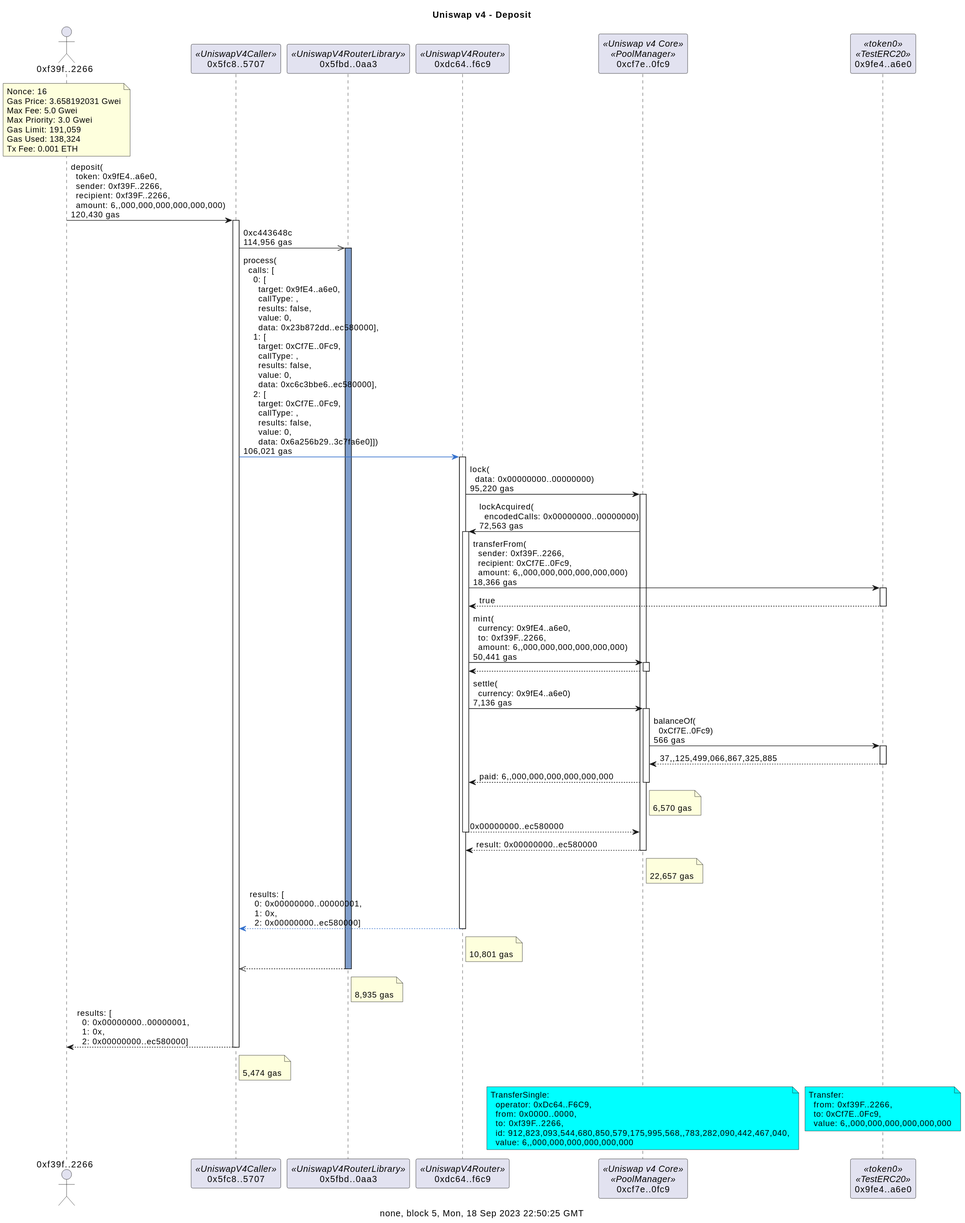
Earlier version of the PlantUML export docs/depositDetailed.svg (naddison36/uniswap-v4-hooks).
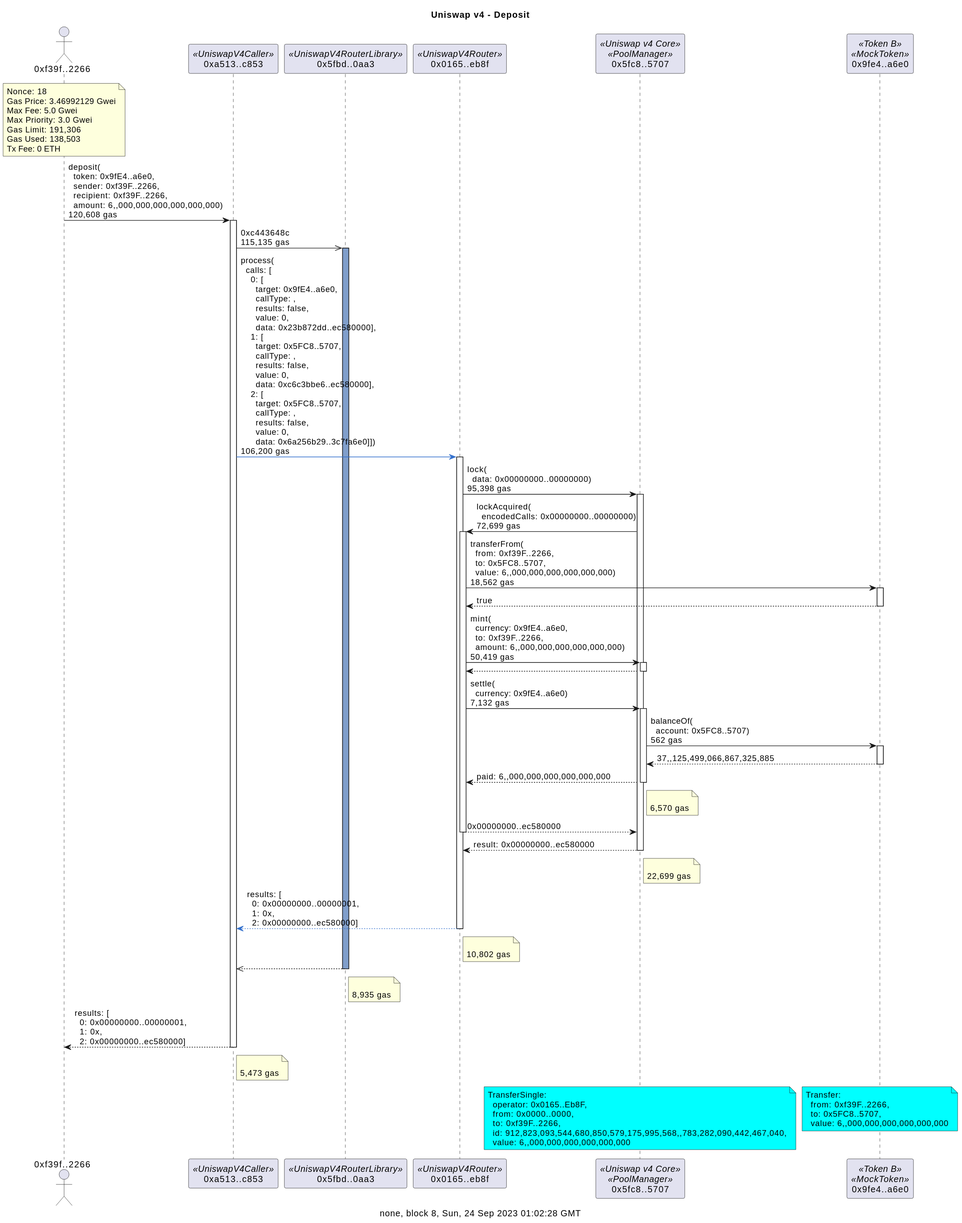
The same diagram one commit later.

Diff of the diagram source:
```diff
@@ -1,60 +1,60 @@
 @startuml
 title Uniswap v4 - Deposit
 
-caption none, block 5, Mon, 18 Sep 2023 22:50:25 GMT
+caption none, block 8, Sun, 24 Sep 2023 01:02:28 GMT
 actor "0xf39f..2266" as f39f2266
-participant "0x5fc8..5707" as 5fc85707 <<UniswapV4Caller>>
+participant "0xa513..c853" as a513c853 <<UniswapV4Caller>>
 participant "0x5fbd..0aa3" as 5fbd0aa3 <<UniswapV4RouterLibrary>>
-participant "0xdc64..f6c9" as dc64f6c9 <<UniswapV4Router>>
-participant "0xcf7e..0fc9" as cf7e0fc9 <<Uniswap v4 Core>><<PoolManager>>
-participant "0x9fe4..a6e0" as 9fe4a6e0 <<token0>><<TestERC20>>
+participant "0x0165..eb8f" as 0165eb8f <<UniswapV4Router>>
+participant "0x5fc8..5707" as 5fc85707 <<Uniswap v4 Core>><<PoolManager>>
+participant "0x9fe4..a6e0" as 9fe4a6e0 <<Token B>><<MockToken>>
 
 note over f39f2266
-Nonce: 16
-Gas Price: 3.658192031 Gwei
+Nonce: 18
+Gas Price: 3.46992129 Gwei
 Max Fee: 5.0 Gwei
 Max Priority: 3.0 Gwei
-Gas Limit: 191,059
-Gas Used: 138,324
-Tx Fee: 0.001 ETH
+Gas Limit: 191,306
+Gas Used: 138,503
+Tx Fee: 0 ETH
 end note
 
-f39f2266 -> 5fc85707: deposit(\n  token: 0x9fE4..a6e0,\n  sender: 0xf39F..2266,\n  recipient: 0xf39F..2266,\n  amount: 6,,000,000,000,000,000,000)\n120,430 gas
+f39f2266 -> a513c853: deposit(\n  token: 0x9fE4..a6e0,\n  sender: 0xf39F..2266,\n  recipient: 0xf39F..2266,\n  amount: 6,,000,000,000,000,000,000)\n120,608 gas
+activate a513c853
+a513c853 ->> 5fbd0aa3: 0xc443648c\n115,135 gas
+activate 5fbd0aa3 #809ECB
+a513c853 -[#3471CD]> 0165eb8f: process(\n  calls: [\n    0: [\n      target: 0x9fE4..a6e0,\n      callType: ,\n      results: false,\n      value: 0,\n      data: 0x23b872dd..ec580000],\n    1: [\n      target: 0x5FC8..5707,\n      callType: ,\n      results: false,\n      value: 0,\n      data: 0xc6c3bbe6..ec580000],\n    2: [\n      target: 0x5FC8..5707,\n      callType: ,\n      results: false,\n      value: 0,\n      data: 0x6a256b29..3c7fa6e0]])\n106,200 gas
+activate 0165eb8f
+0165eb8f -> 5fc85707: lock(\n  data: 0x00000000..00000000)\n95,398 gas
 activate 5fc85707
-5fc85707 ->> 5fbd0aa3: 0xc443648c\n114,956 gas
-activate 5fbd0aa3 #809ECB
-5fc85707 -[#3471CD]> dc64f6c9: process(\n  calls: [\n    0: [\n      target: 0x9fE4..a6e0,\n      callType: ,\n      results: false,\n      value: 0,\n      data: 0x23b872dd..ec580000],\n    1: [\n      target: 0xCf7E..0Fc9,\n      callType: ,\n      results: false,\n      value: 0,\n      data: 0xc6c3bbe6..ec580000],\n    2: [\n      target: 0xCf7E..0Fc9,\n      callType: ,\n      results: false,\n      value: 0,\n      data: 0x6a256b29..3c7fa6e0]])\n106,021 gas
-activate dc64f6c9
-dc64f6c9 -> cf7e0fc9: lock(\n  data: 0x00000000..00000000)\n95,220 gas
-activate cf7e0fc9
-cf7e0fc9 -> dc64f6c9: lockAcquired(\n  encodedCalls: 0x00000000..00000000)\n72,563 gas
-activate dc64f6c9
-dc64f6c9 -> 9fe4a6e0: transferFrom(\n  sender: 0xf39F..2266,\n  recipient: 0xCf7E..0Fc9,\n  amount: 6,,000,000,000,000,000,000)\n18,366 gas
+5fc85707 -> 0165eb8f: lockAcquired(\n  encodedCalls: 0x00000000..00000000)\n72,699 gas
+activate 0165eb8f
+0165eb8f -> 9fe4a6e0: transferFrom(\n  from: 0xf39F..2266,\n  to: 0x5FC8..5707,\n  value: 6,,000,000,000,000,000,000)\n18,562 gas
 activate 9fe4a6e0
 return true
-dc64f6c9 -> cf7e0fc9: mint(\n  currency: 0x9fE4..a6e0,\n  to: 0xf39F..2266,\n  amount: 6,,000,000,000,000,000,000)\n50,441 gas
-activate cf7e0fc9
+0165eb8f -> 5fc85707: mint(\n  currency: 0x9fE4..a6e0,\n  to: 0xf39F..2266,\n  amount: 6,,000,000,000,000,000,000)\n50,419 gas
+activate 5fc85707
 return
-dc64f6c9 -> cf7e0fc9: settle(\n  currency: 0x9fE4..a6e0)\n7,136 gas
-activate cf7e0fc9
-cf7e0fc9 -> 9fe4a6e0: balanceOf(\n  0xCf7E..0Fc9)\n566 gas
+0165eb8f -> 5fc85707: settle(\n  currency: 0x9fE4..a6e0)\n7,132 gas
+activate 5fc85707
+5fc85707 -> 9fe4a6e0: balanceOf(\n  account: 0x5FC8..5707)\n562 gas
 activate 9fe4a6e0
 return 37,,125,499,066,867,325,885
 return paid: 6,,000,000,000,000,000,000
-note right of cf7e0fc9: \n6,570 gas
+note right of 5fc85707: \n6,570 gas
 return 0x00000000..ec580000
 return result: 0x00000000..ec580000
-note right of cf7e0fc9: \n22,657 gas
+note right of 5fc85707: \n22,699 gas
 return results: [\n  0: 0x00000000..00000001,\n  1: 0x,\n  2: 0x00000000..ec580000]
-note right of dc64f6c9: \n10,801 gas
+note right of 0165eb8f: \n10,802 gas
 return
 note right of 5fbd0aa3: \n8,935 gas
 return results: [\n  0: 0x00000000..00000001,\n  1: 0x,\n  2: 0x00000000..ec580000]
-note right of 5fc85707: \n5,474 gas
+note right of a513c853: \n5,473 gas
 
-note over cf7e0fc9 #aqua
+note over 5fc85707 #aqua
 TransferSingle:
-  operator: 0xDc64..F6C9,
+  operator: 0x0165..Eb8F,
   from: 0x0000..0000,
   to: 0xf39F..2266,
   id: 912,823,093,544,680,850,579,175,995,568,,783,282,090,442,467,040,
@@ -64,7 +64,7 @@
 / note over 9fe4a6e0 #aqua
 Transfer:
   from: 0xf39F..2266,
-  to: 0xCf7E..0Fc9,
+  to: 0x5FC8..5707,
   value: 6,,000,000,000,000,000,000
 end note
 @enduml
```
